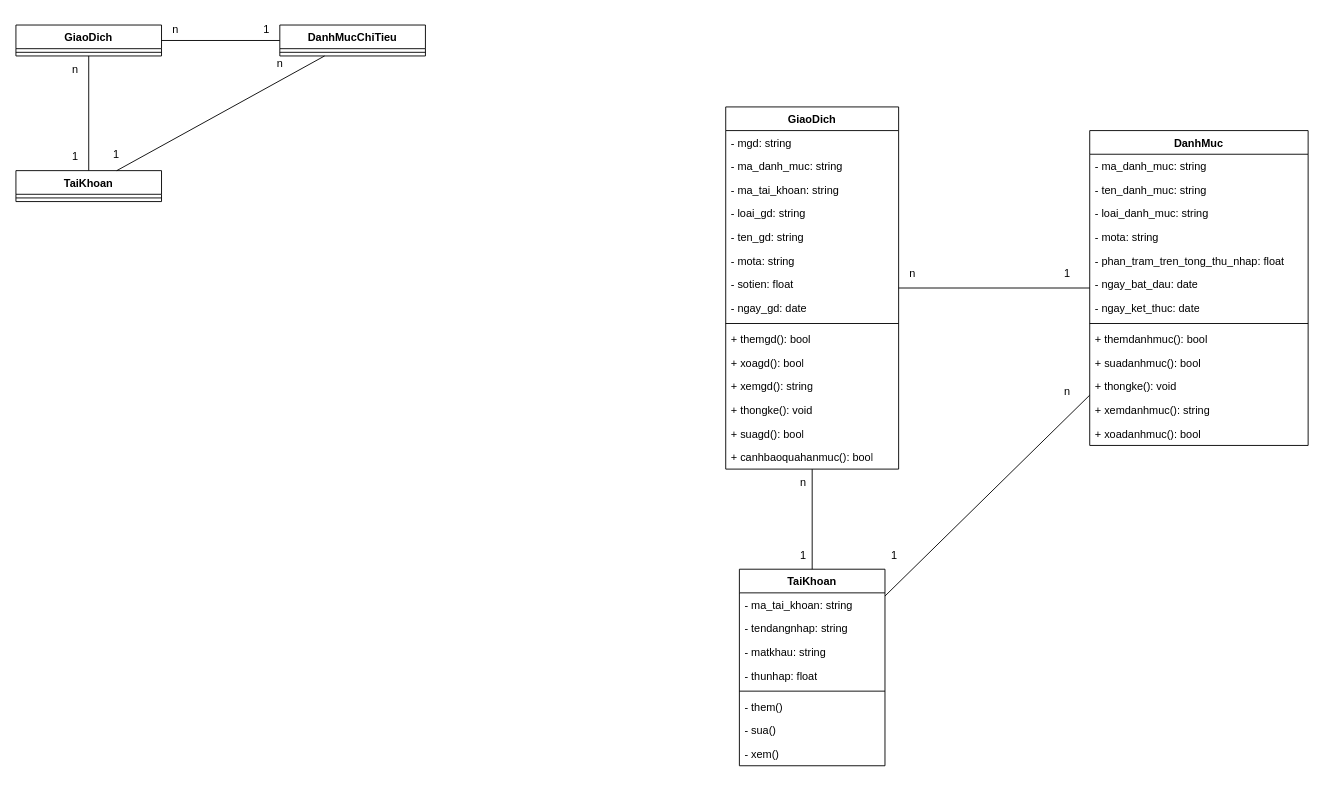
Earlier version of the draw.io diagram 031925ClassDiagram.drawio (huyga1185/quanLyKTX_22CT4). Source tidied: cells renumbered, new cells numbered last; positions are measured from the earlier drawing's top-left corner, leaving out a move shared by most shapes. Both pictures are drawn from the tidied source at 91%, with x=0, y=0 at pixel (15, 15).
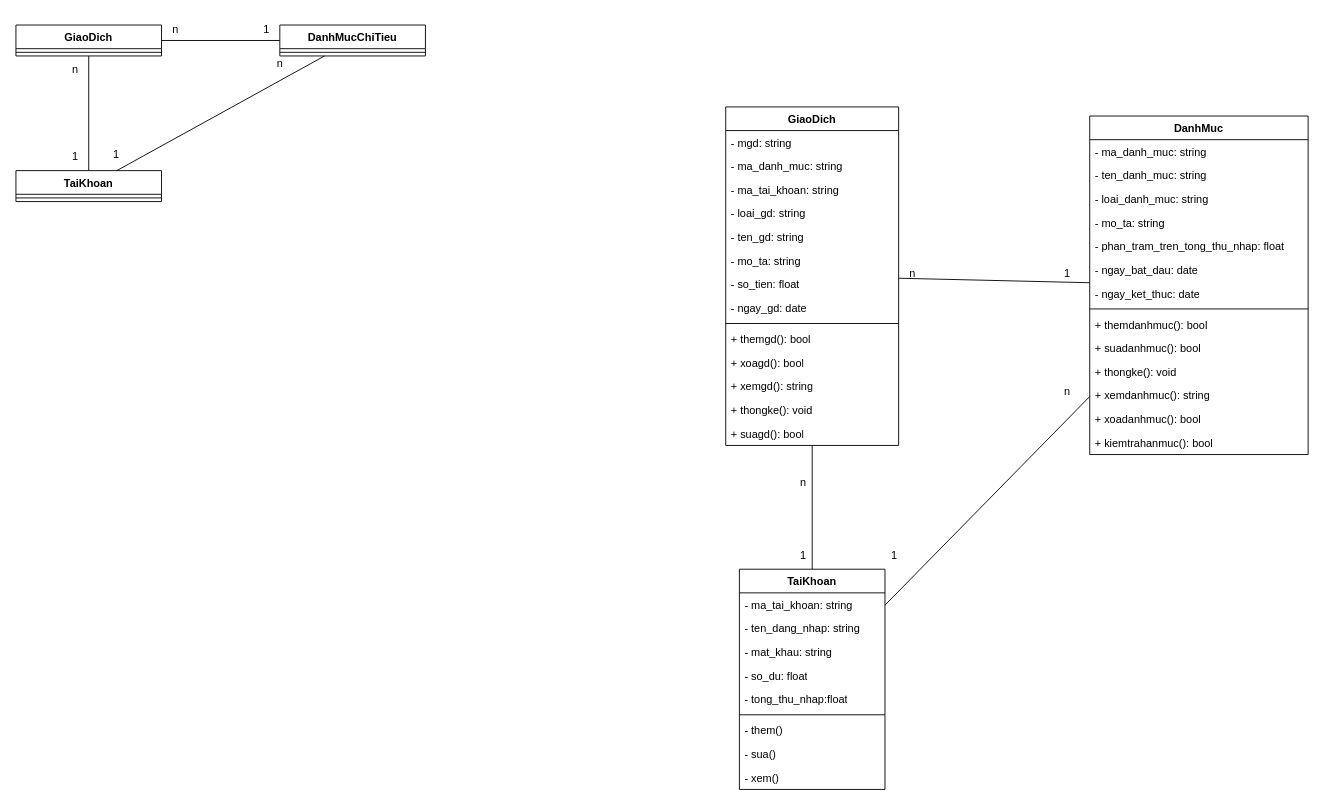
After the change.

Change to the diagram source:
```diff
@@
     <mxCell id="17" value="GiaoDich" style="swimlane;fontStyle=1;align=center;verticalAlign=top;horizontal=1;startSize=26;whiteSpace=wrap;html=1;" parent="1" vertex="1">
-      <mxGeometry x="780" y="100" width="190" height="398" as="geometry" />
+      <mxGeometry x="780" y="100" width="190" height="372" as="geometry" />
     </mxCell>
@@
-    <mxCell id="23" value="- mota: string" style="text;strokeColor=none;fillColor=none;align=left;verticalAlign=top;spacingLeft=4;spacingRight=4;overflow=hidden;whiteSpace=wrap;html=1;" parent="17" vertex="1">
+    <mxCell id="23" value="- mo_ta: string" style="text;strokeColor=none;fillColor=none;align=left;verticalAlign=top;spacingLeft=4;spacingRight=4;overflow=hidden;whiteSpace=wrap;html=1;" parent="17" vertex="1">
       <mxGeometry y="156" width="190" height="26" as="geometry" />
     </mxCell>
-    <mxCell id="24" value="- sotien: float" style="text;strokeColor=none;fillColor=none;align=left;verticalAlign=top;spacingLeft=4;spacingRight=4;overflow=hidden;whiteSpace=wrap;html=1;" parent="17" vertex="1">
+    <mxCell id="24" value="- so_tien: float" style="text;strokeColor=none;fillColor=none;align=left;verticalAlign=top;spacingLeft=4;spacingRight=4;overflow=hidden;whiteSpace=wrap;html=1;" parent="17" vertex="1">
       <mxGeometry y="182" width="190" height="26" as="geometry" />
     </mxCell>
@@
-    <mxCell id="32" value="+ canhbaoquahanmuc(): bool" style="text;strokeColor=none;fillColor=none;align=left;verticalAlign=top;spacingLeft=4;spacingRight=4;overflow=hidden;whiteSpace=wrap;html=1;" parent="17" vertex="1">
-      <mxGeometry y="372" width="190" height="26" as="geometry" />
-    </mxCell>
     <mxCell id="33" value="DanhMuc" style="swimlane;fontStyle=1;align=center;verticalAlign=top;horizontal=1;startSize=26;whiteSpace=wrap;html=1;" parent="1" vertex="1">
-      <mxGeometry x="1180" y="126" width="240" height="346" as="geometry" />
+      <mxGeometry x="1180" y="110" width="240" height="372" as="geometry" />
     </mxCell>
@@
-    <mxCell id="37" value="- mota: string" style="text;strokeColor=none;fillColor=none;align=left;verticalAlign=top;spacingLeft=4;spacingRight=4;overflow=hidden;whiteSpace=wrap;html=1;" parent="33" vertex="1">
+    <mxCell id="37" value="- mo_ta: string" style="text;strokeColor=none;fillColor=none;align=left;verticalAlign=top;spacingLeft=4;spacingRight=4;overflow=hidden;whiteSpace=wrap;html=1;" parent="33" vertex="1">
       <mxGeometry y="104" width="240" height="26" as="geometry" />
     </mxCell>
@@
+    <mxCell id="32" value="+ kiemtrahanmuc(): bool" style="text;strokeColor=none;fillColor=none;align=left;verticalAlign=top;spacingLeft=4;spacingRight=4;overflow=hidden;whiteSpace=wrap;html=1;" parent="33" vertex="1">
+      <mxGeometry y="346" width="240" height="26" as="geometry" />
+    </mxCell>
     <mxCell id="47" value="TaiKhoan" style="swimlane;fontStyle=1;align=center;verticalAlign=top;horizontal=1;startSize=26;whiteSpace=wrap;html=1;" parent="1" vertex="1">
-      <mxGeometry x="795" y="608" width="160" height="216" as="geometry" />
+      <mxGeometry x="795" y="608" width="160" height="242" as="geometry" />
     </mxCell>
@@
-    <mxCell id="49" value="- tendangnhap: string" style="text;strokeColor=none;fillColor=none;align=left;verticalAlign=top;spacingLeft=4;spacingRight=4;overflow=hidden;whiteSpace=wrap;html=1;" parent="47" vertex="1">
+    <mxCell id="49" value="- ten_dang_nhap: string" style="text;strokeColor=none;fillColor=none;align=left;verticalAlign=top;spacingLeft=4;spacingRight=4;overflow=hidden;whiteSpace=wrap;html=1;" parent="47" vertex="1">
       <mxGeometry y="52" width="160" height="26" as="geometry" />
     </mxCell>
-    <mxCell id="50" value="- matkhau: string" style="text;strokeColor=none;fillColor=none;align=left;verticalAlign=top;spacingLeft=4;spacingRight=4;overflow=hidden;whiteSpace=wrap;html=1;" parent="47" vertex="1">
+    <mxCell id="50" value="- mat_khau: string" style="text;strokeColor=none;fillColor=none;align=left;verticalAlign=top;spacingLeft=4;spacingRight=4;overflow=hidden;whiteSpace=wrap;html=1;" parent="47" vertex="1">
       <mxGeometry y="78" width="160" height="26" as="geometry" />
     </mxCell>
-    <mxCell id="51" value="- thunhap: float" style="text;strokeColor=none;fillColor=none;align=left;verticalAlign=top;spacingLeft=4;spacingRight=4;overflow=hidden;whiteSpace=wrap;html=1;" parent="47" vertex="1">
+    <mxCell id="51" value="- so_du: float" style="text;strokeColor=none;fillColor=none;align=left;verticalAlign=top;spacingLeft=4;spacingRight=4;overflow=hidden;whiteSpace=wrap;html=1;" parent="47" vertex="1">
       <mxGeometry y="104" width="160" height="26" as="geometry" />
     </mxCell>
+    <mxCell id="65" value="- tong_thu_nhap:float" style="text;strokeColor=none;fillColor=none;align=left;verticalAlign=top;spacingLeft=4;spacingRight=4;overflow=hidden;whiteSpace=wrap;html=1;" parent="47" vertex="1">
+      <mxGeometry y="130" width="160" height="26" as="geometry" />
+    </mxCell>
     <mxCell id="52" style="line;strokeWidth=1;fillColor=none;align=left;verticalAlign=middle;spacingTop=-1;spacingLeft=3;spacingRight=3;labelPosition=right;strokeColor=inherit;" parent="47" vertex="1">
-      <mxGeometry y="130" width="160" height="8" as="geometry" />
+      <mxGeometry y="156" width="160" height="8" as="geometry" />
     </mxCell>
     <mxCell id="53" value="- them()" style="text;strokeColor=none;fillColor=none;align=left;verticalAlign=top;spacingLeft=4;spacingRight=4;overflow=hidden;whiteSpace=wrap;html=1;" parent="47" vertex="1">
-      <mxGeometry y="138" width="160" height="26" as="geometry" />
+      <mxGeometry y="164" width="160" height="26" as="geometry" />
     </mxCell>
     <mxCell id="54" value="- sua()" style="text;strokeColor=none;fillColor=none;align=left;verticalAlign=top;spacingLeft=4;spacingRight=4;overflow=hidden;whiteSpace=wrap;html=1;" parent="47" vertex="1">
-      <mxGeometry y="164" width="160" height="26" as="geometry" />
+      <mxGeometry y="190" width="160" height="26" as="geometry" />
     </mxCell>
     <mxCell id="55" value="- xem()" style="text;strokeColor=none;fillColor=none;align=left;verticalAlign=top;spacingLeft=4;spacingRight=4;overflow=hidden;whiteSpace=wrap;html=1;" parent="47" vertex="1">
-      <mxGeometry y="190" width="160" height="26" as="geometry" />
+      <mxGeometry y="216" width="160" height="26" as="geometry" />
     </mxCell>
```
